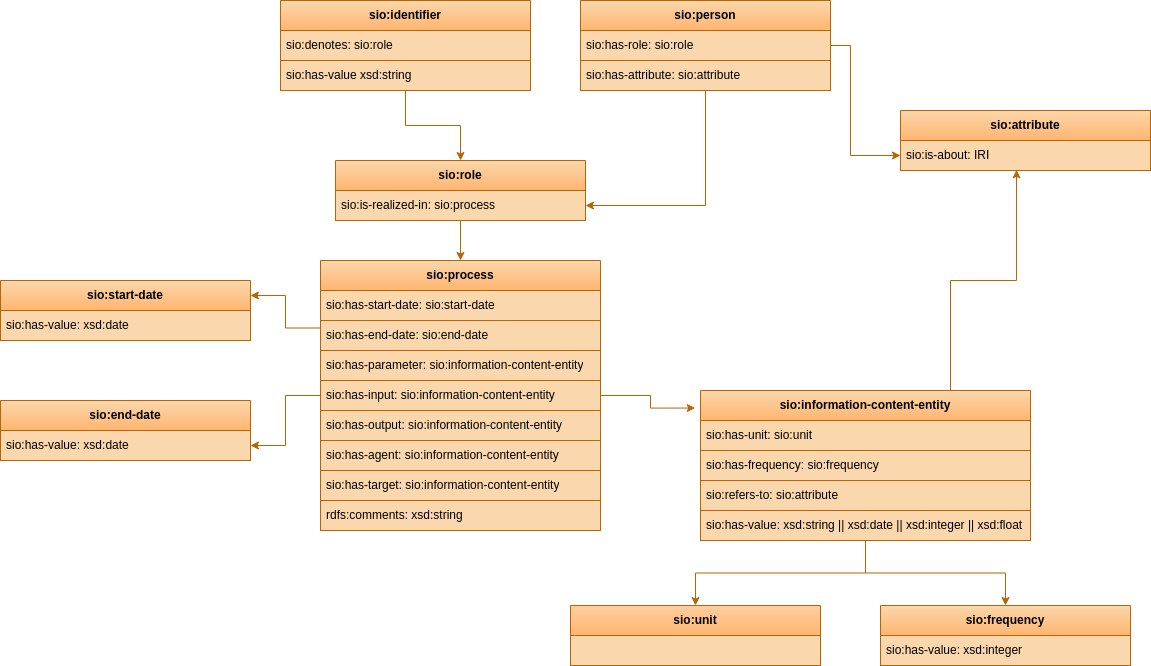
Above: images/CARE-SM-Schema.png in CARE-SM/CARE-Semantic-Model (draw.io), before the change. Source tidied: cells renumbered, new cells last; positions are measured from the earlier drawing's top-left corner, leaving out a move shared by most shapes.
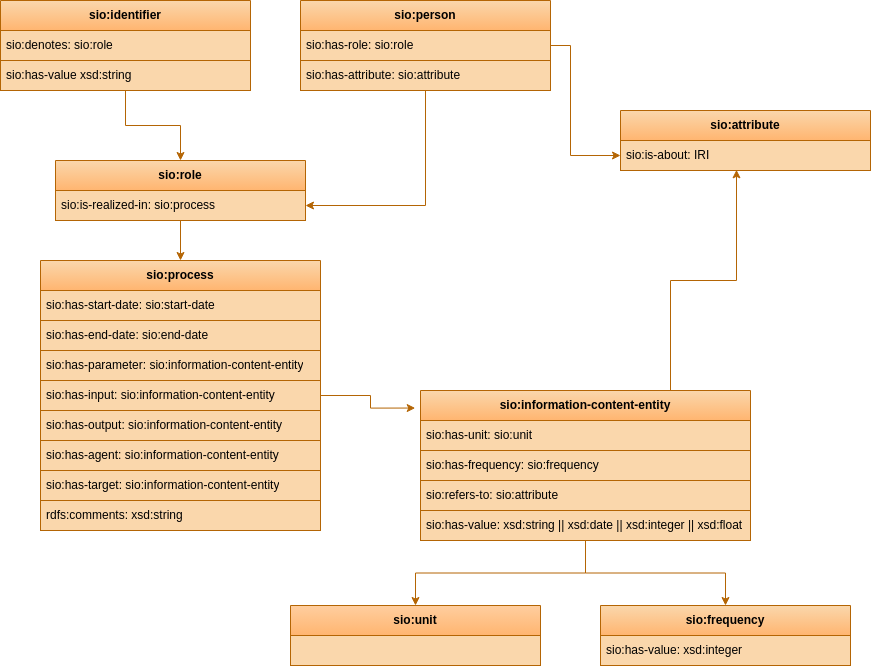
The same file after the commit.

Diff of the diagram source:
```diff
@@ -5,9 +5,6 @@
     <mxCell id="2" style="edgeStyle=orthogonalEdgeStyle;rounded=0;jettySize=auto;html=1;entryX=-0.016;entryY=0.117;entryDx=0;entryDy=0;entryPerimeter=0;fillColor=#fad7ac;strokeColor=#b46504;" parent="1" edge="1" source="4" target="16">
       <mxGeometry relative="1" as="geometry" />
     </mxCell>
-    <mxCell id="3" style="edgeStyle=orthogonalEdgeStyle;rounded=0;jettySize=auto;html=1;fillColor=#fad7ac;strokeColor=#b46504;" parent="1" edge="1" source="4" target="42">
-      <mxGeometry relative="1" as="geometry" />
-    </mxCell>
     <mxCell id="4" value="&lt;b&gt;sio:process&lt;/b&gt;" style="swimlane;fontStyle=0;horizontal=1;startSize=30;whiteSpace=wrap;html=1;fillColor=#fad7ac;strokeColor=#b46504;gradientColor=#FFB570;" parent="1" vertex="1">
       <mxGeometry x="320" y="260" width="280" height="270" as="geometry" />
     </mxCell>
@@ -129,20 +126,5 @@
     <mxCell id="38" value="sio:has-value: xsd:integer" style="text;strokeColor=#b46504;fillColor=#fad7ac;align=left;verticalAlign=middle;spacingLeft=4;spacingRight=4;overflow=hidden;whiteSpace=wrap;html=1;" parent="37" vertex="1">
       <mxGeometry y="30" width="250" height="30" as="geometry" />
     </mxCell>
-    <mxCell id="39" value="&lt;b&gt;sio:start-date&lt;/b&gt;" style="swimlane;fontStyle=0;horizontal=1;startSize=30;whiteSpace=wrap;html=1;fillColor=#fad7ac;strokeColor=#b46504;gradientColor=#FFB570;" parent="1" vertex="1">
-      <mxGeometry y="280" width="250" height="60" as="geometry" />
-    </mxCell>
-    <mxCell id="40" value="sio:has-value: xsd:date" style="text;strokeColor=#b46504;fillColor=#fad7ac;align=left;verticalAlign=middle;spacingLeft=4;spacingRight=4;overflow=hidden;whiteSpace=wrap;html=1;" parent="39" vertex="1">
-      <mxGeometry y="30" width="250" height="30" as="geometry" />
-    </mxCell>
-    <mxCell id="41" value="&lt;b&gt;sio:end-date&lt;/b&gt;" style="swimlane;fontStyle=0;horizontal=1;startSize=30;whiteSpace=wrap;html=1;fillColor=#fad7ac;strokeColor=#b46504;gradientColor=#FFB570;" parent="1" vertex="1">
-      <mxGeometry y="400" width="250" height="60" as="geometry" />
-    </mxCell>
-    <mxCell id="42" value="sio:has-value: xsd:date" style="text;strokeColor=#b46504;fillColor=#fad7ac;align=left;verticalAlign=middle;spacingLeft=4;spacingRight=4;overflow=hidden;points=[[0,0.5],[1,0.5]];portConstraint=eastwest;whiteSpace=wrap;html=1;" parent="41" vertex="1">
-      <mxGeometry y="30" width="250" height="30" as="geometry" />
-    </mxCell>
-    <mxCell id="43" style="edgeStyle=orthogonalEdgeStyle;rounded=0;jettySize=auto;html=1;exitX=0;exitY=0.25;exitDx=0;exitDy=0;entryX=1;entryY=0.25;entryDx=0;entryDy=0;fillColor=#fad7ac;strokeColor=#b46504;" parent="1" edge="1" source="4" target="39">
-      <mxGeometry relative="1" as="geometry" />
-    </mxCell>
   </root>
 </mxGraphModel>
```
